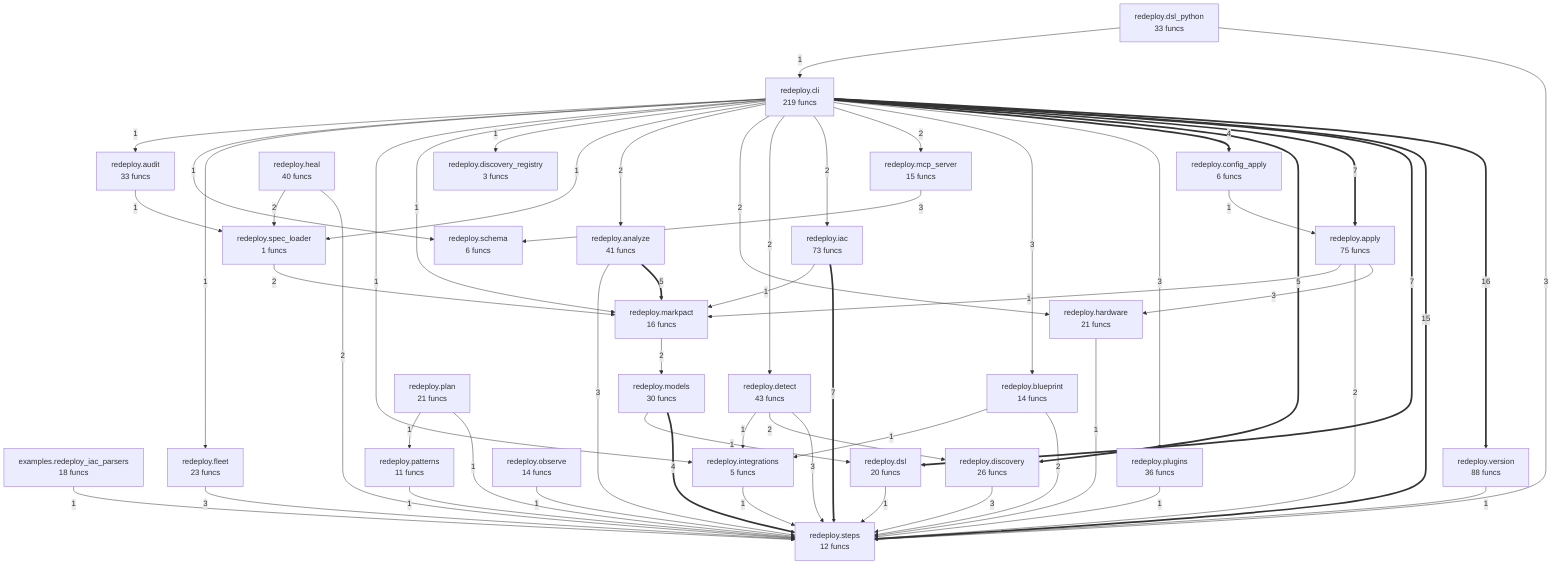
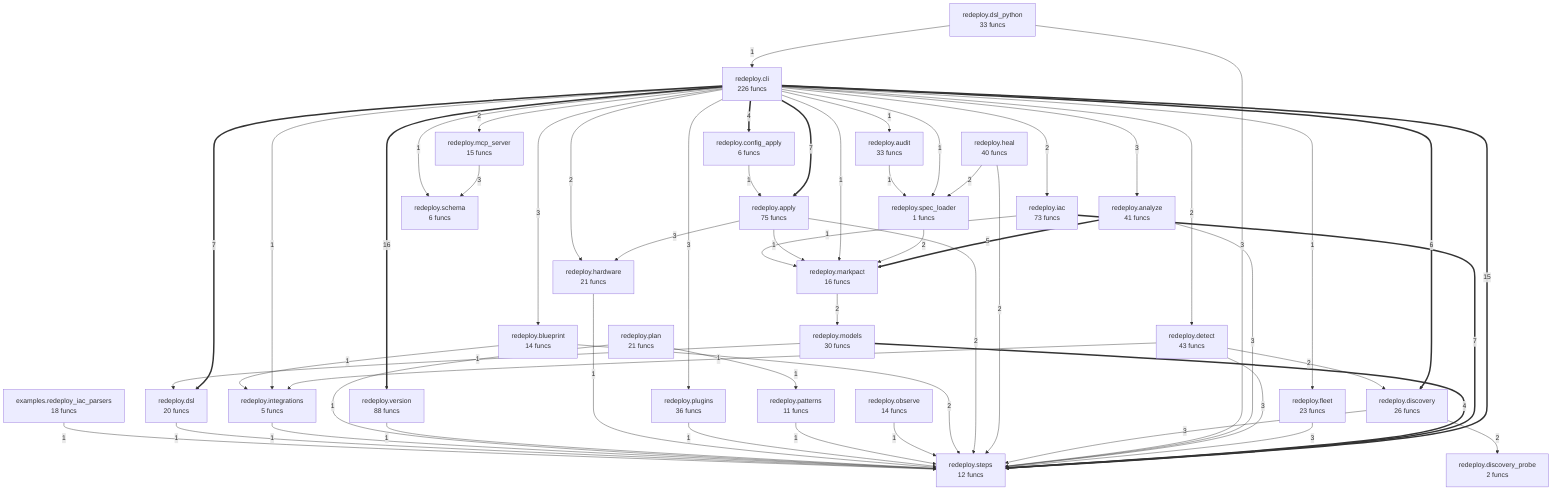
flowchart TD
%% generated in 0.02s
    examples__redeploy_iac_parsers["examples.redeploy_iac_parsers<br/>18 funcs"]
    redeploy__analyze["redeploy.analyze<br/>41 funcs"]
    redeploy__apply["redeploy.apply<br/>75 funcs"]
    redeploy__audit["redeploy.audit<br/>33 funcs"]
    redeploy__blueprint["redeploy.blueprint<br/>14 funcs"]
-     redeploy__cli["redeploy.cli<br/>219 funcs"]
+     redeploy__cli["redeploy.cli<br/>226 funcs"]
    redeploy__config_apply["redeploy.config_apply<br/>6 funcs"]
    redeploy__detect["redeploy.detect<br/>43 funcs"]
    redeploy__discovery["redeploy.discovery<br/>26 funcs"]
-     redeploy__discovery_registry["redeploy.discovery_registry<br/>3 funcs"]
+     redeploy__discovery_probe["redeploy.discovery_probe<br/>2 funcs"]
    redeploy__dsl["redeploy.dsl<br/>20 funcs"]
    redeploy__dsl_python["redeploy.dsl_python<br/>33 funcs"]
    redeploy__fleet["redeploy.fleet<br/>23 funcs"]
    redeploy__hardware["redeploy.hardware<br/>21 funcs"]
    redeploy__heal["redeploy.heal<br/>40 funcs"]
    redeploy__iac["redeploy.iac<br/>73 funcs"]
    redeploy__integrations["redeploy.integrations<br/>5 funcs"]
    redeploy__markpact["redeploy.markpact<br/>16 funcs"]
    redeploy__mcp_server["redeploy.mcp_server<br/>15 funcs"]
    redeploy__models["redeploy.models<br/>30 funcs"]
    redeploy__observe["redeploy.observe<br/>14 funcs"]
    redeploy__patterns["redeploy.patterns<br/>11 funcs"]
    redeploy__plan["redeploy.plan<br/>21 funcs"]
    redeploy__plugins["redeploy.plugins<br/>36 funcs"]
    redeploy__schema["redeploy.schema<br/>6 funcs"]
    redeploy__spec_loader["redeploy.spec_loader<br/>1 funcs"]
    redeploy__steps["redeploy.steps<br/>12 funcs"]
    redeploy__version["redeploy.version<br/>88 funcs"]
    redeploy__cli ==>|16| redeploy__version
    redeploy__cli ==>|15| redeploy__steps
    redeploy__cli ==>|7| redeploy__dsl
    redeploy__cli ==>|7| redeploy__apply
    redeploy__iac ==>|7| redeploy__steps
+     redeploy__cli ==>|6| redeploy__discovery
    redeploy__analyze ==>|5| redeploy__markpact
-     redeploy__cli ==>|5| redeploy__discovery
    redeploy__models ==>|4| redeploy__steps
    redeploy__cli ==>|4| redeploy__config_apply
    redeploy__fleet -->|3| redeploy__steps
    redeploy__mcp_server -->|3| redeploy__schema
    redeploy__detect -->|3| redeploy__steps
    redeploy__analyze -->|3| redeploy__steps
    redeploy__cli -->|3| redeploy__plugins
    redeploy__cli -->|3| redeploy__blueprint
+     redeploy__cli -->|3| redeploy__analyze
    redeploy__dsl_python -->|3| redeploy__steps
    redeploy__apply -->|3| redeploy__hardware
    redeploy__discovery -->|3| redeploy__steps
    redeploy__heal -->|2| redeploy__steps
    redeploy__heal -->|2| redeploy__spec_loader
    redeploy__spec_loader -->|2| redeploy__markpact
    redeploy__detect -->|2| redeploy__discovery
    redeploy__cli -->|2| redeploy__mcp_server
    redeploy__cli -->|2| redeploy__iac
    redeploy__cli -->|2| redeploy__detect
    redeploy__cli -->|2| redeploy__hardware
    redeploy__markpact -->|2| redeploy__models
    redeploy__apply -->|2| redeploy__steps
    redeploy__blueprint -->|2| redeploy__steps
-     redeploy__cli -->|2| redeploy__analyze
+     redeploy__discovery -->|2| redeploy__discovery_probe
    redeploy__observe -->|1| redeploy__steps
    redeploy__patterns -->|1| redeploy__steps
    redeploy__detect -->|1| redeploy__integrations
    redeploy__config_apply -->|1| redeploy__apply
    redeploy__models -->|1| redeploy__dsl
    redeploy__cli -->|1| redeploy__spec_loader
-     redeploy__cli -->|1| redeploy__discovery_registry
    redeploy__cli -->|1| redeploy__markpact
    redeploy__cli -->|1| redeploy__integrations
    redeploy__cli -->|1| redeploy__fleet
    redeploy__cli -->|1| redeploy__schema
    redeploy__cli -->|1| redeploy__audit
    redeploy__audit -->|1| redeploy__spec_loader
    redeploy__plugins -->|1| redeploy__steps
    redeploy__dsl_python -->|1| redeploy__cli
    redeploy__hardware -->|1| redeploy__steps
    redeploy__apply -->|1| redeploy__markpact
    redeploy__version -->|1| redeploy__steps
    redeploy__plan -->|1| redeploy__steps
    redeploy__plan -->|1| redeploy__patterns
    redeploy__blueprint -->|1| redeploy__integrations
    redeploy__integrations -->|1| redeploy__steps
    redeploy__dsl -->|1| redeploy__steps
    redeploy__iac -->|1| redeploy__markpact
    examples__redeploy_iac_parsers -->|1| redeploy__steps
